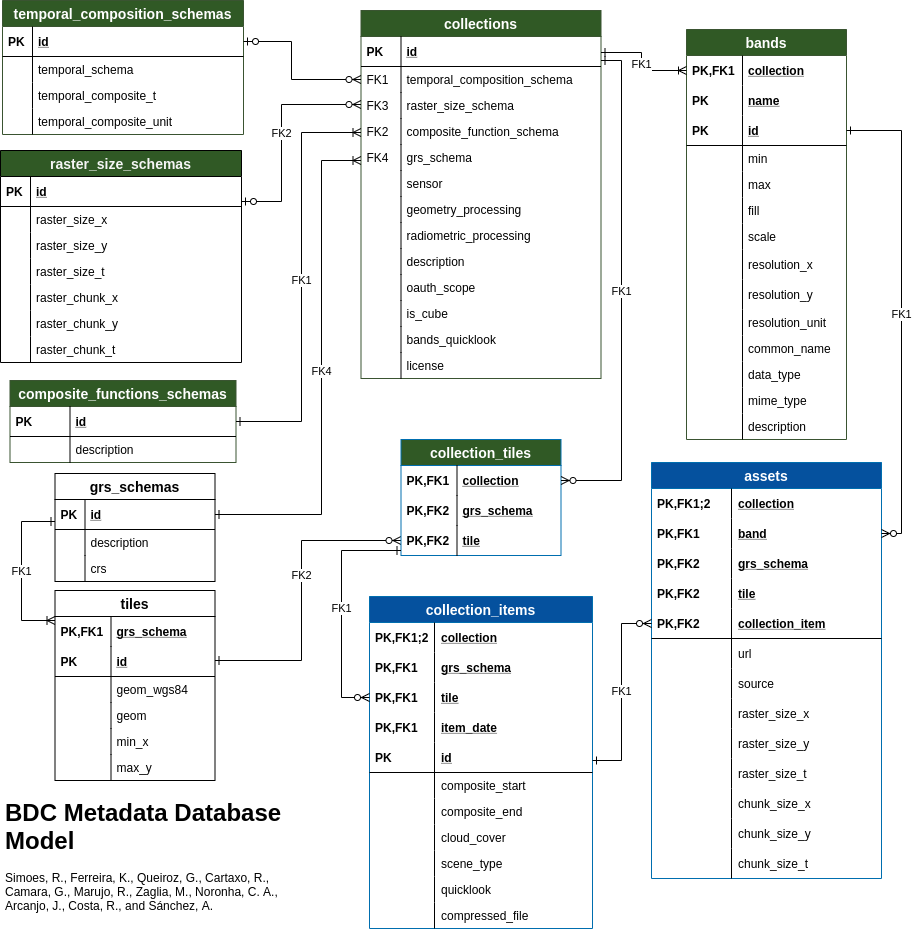
Above: doc/model/db-schema-0.2.0.png in brazil-data-cube/bdc-catalog (draw.io), before the change. Source tidied: cells renumbered, new cells last; positions are measured from the earlier drawing's top-left corner, leaving out a move shared by most shapes.
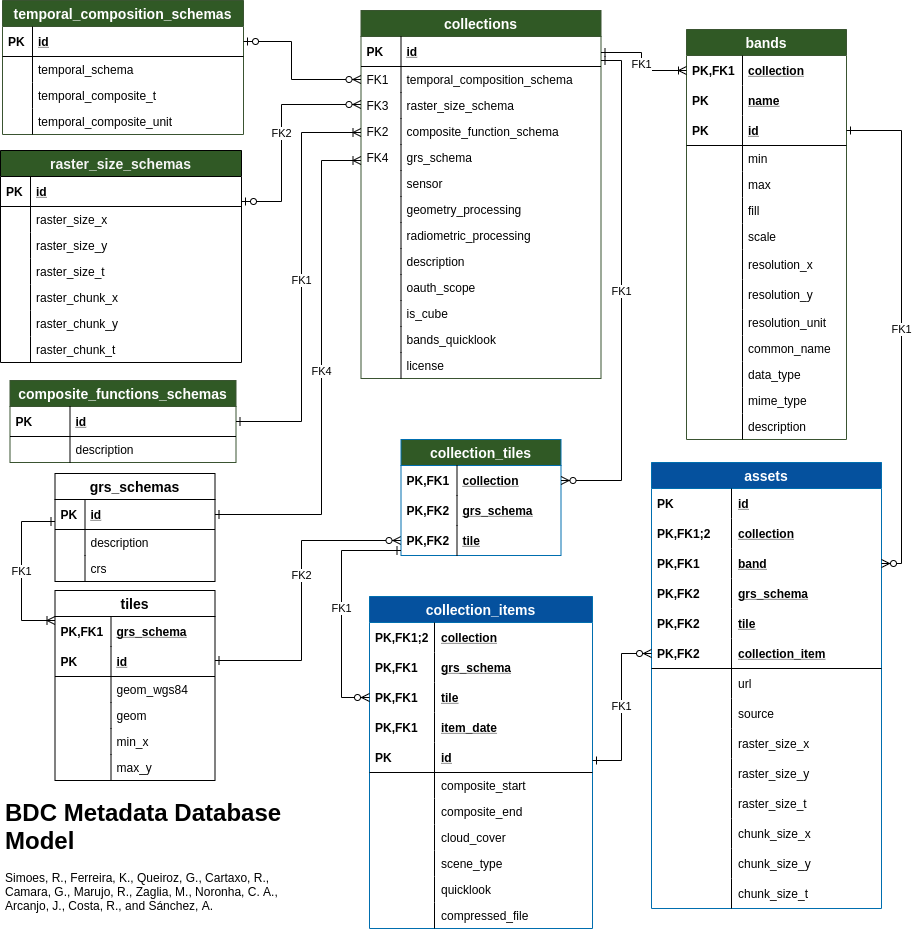
Later version of the same file.

Commit message:
update model - add id field in assets

Change to the diagram source:
```diff
@@ -218,82 +218,88 @@
       <mxGeometry width="56" height="26" as="geometry" />
     </mxCell>
     <mxCell id="72" value="assets" style="swimlane;fontStyle=1;horizontal=1;startSize=26;fillColor=#05519E;swimlaneFillColor=#ffffff;align=center;fontSize=14;strokeColor=#006EAF;fontColor=#ffffff;" parent="1" vertex="1">
-      <mxGeometry x="651" y="462" width="230" height="416" as="geometry" />
+      <mxGeometry x="651" y="462" width="230" height="446" as="geometry" />
     </mxCell>
+    <mxCell id="176" value="id" style="shape=partialRectangle;top=0;left=0;right=0;bottom=0;align=left;verticalAlign=middle;fillColor=none;spacingLeft=85;spacingRight=4;overflow=hidden;fontStyle=5;fontSize=12;" parent="72" vertex="1">
+      <mxGeometry y="26" width="230" height="30" as="geometry" />
+    </mxCell>
+    <mxCell id="177" value="PK" style="shape=partialRectangle;fontStyle=1;top=0;left=0;bottom=0;fillColor=none;align=left;verticalAlign=middle;spacingLeft=4;spacingRight=4;overflow=hidden;fontSize=12;" parent="176" vertex="1">
+      <mxGeometry width="80" height="30" as="geometry" />
+    </mxCell>
     <mxCell id="73" value="collection" style="shape=partialRectangle;top=0;left=0;right=0;bottom=0;align=left;verticalAlign=middle;fillColor=none;spacingLeft=85;spacingRight=4;overflow=hidden;fontStyle=5;fontSize=12;" parent="72" vertex="1">
-      <mxGeometry y="26" width="230" height="30" as="geometry" />
+      <mxGeometry y="56" width="230" height="30" as="geometry" />
     </mxCell>
     <mxCell id="74" value="PK,FK1;2" style="shape=partialRectangle;fontStyle=1;top=0;left=0;bottom=0;fillColor=none;align=left;verticalAlign=middle;spacingLeft=4;spacingRight=4;overflow=hidden;fontSize=12;" parent="73" vertex="1">
       <mxGeometry width="80" height="30" as="geometry" />
     </mxCell>
     <mxCell id="75" value="band" style="shape=partialRectangle;top=0;left=0;right=0;bottom=0;align=left;verticalAlign=middle;fillColor=none;spacingLeft=85;spacingRight=4;overflow=hidden;points=[[0,0.5],[1,0.5]];portConstraint=eastwest;fontStyle=5;fontSize=12;shadow=0;" parent="72" vertex="1">
-      <mxGeometry y="56" width="230" height="30" as="geometry" />
+      <mxGeometry y="86" width="230" height="30" as="geometry" />
     </mxCell>
     <mxCell id="76" value="PK,FK1" style="shape=partialRectangle;fontStyle=1;top=0;left=0;bottom=0;fillColor=none;align=left;verticalAlign=middle;spacingLeft=4;spacingRight=4;overflow=hidden;fontSize=12;" parent="75" vertex="1">
       <mxGeometry width="80" height="30" as="geometry" />
     </mxCell>
     <mxCell id="77" value="grs_schema" style="shape=partialRectangle;top=0;left=0;right=0;bottom=0;align=left;verticalAlign=middle;fillColor=none;spacingLeft=85;spacingRight=4;overflow=hidden;fontStyle=5;fontSize=12;" parent="72" vertex="1">
-      <mxGeometry y="86" width="230" height="30" as="geometry" />
+      <mxGeometry y="116" width="230" height="30" as="geometry" />
     </mxCell>
     <mxCell id="78" value="PK,FK2" style="shape=partialRectangle;fontStyle=1;top=0;left=0;bottom=0;fillColor=none;align=left;verticalAlign=middle;spacingLeft=4;spacingRight=4;overflow=hidden;fontSize=12;" parent="77" vertex="1">
       <mxGeometry width="80" height="30" as="geometry" />
     </mxCell>
     <mxCell id="79" value="tile" style="shape=partialRectangle;top=0;left=0;right=0;bottom=0;align=left;verticalAlign=middle;fillColor=none;spacingLeft=85;spacingRight=4;overflow=hidden;fontStyle=5;fontSize=12;" parent="72" vertex="1">
-      <mxGeometry y="116" width="230" height="30" as="geometry" />
+      <mxGeometry y="146" width="230" height="30" as="geometry" />
     </mxCell>
     <mxCell id="80" value="PK,FK2" style="shape=partialRectangle;fontStyle=1;top=0;left=0;bottom=0;fillColor=none;align=left;verticalAlign=middle;spacingLeft=4;spacingRight=4;overflow=hidden;fontSize=12;" parent="79" vertex="1">
       <mxGeometry width="80" height="30" as="geometry" />
     </mxCell>
     <mxCell id="81" value="collection_item" style="shape=partialRectangle;top=0;left=0;right=0;bottom=1;align=left;verticalAlign=middle;fillColor=none;spacingLeft=85;spacingRight=4;overflow=hidden;points=[[0,0.5],[1,0.5]];portConstraint=eastwest;fontStyle=5;fontSize=12;" parent="72" vertex="1">
-      <mxGeometry y="146" width="230" height="30" as="geometry" />
+      <mxGeometry y="176" width="230" height="30" as="geometry" />
     </mxCell>
     <mxCell id="82" value="PK,FK2" style="shape=partialRectangle;fontStyle=1;top=0;left=0;bottom=0;fillColor=none;align=left;verticalAlign=middle;spacingLeft=4;spacingRight=4;overflow=hidden;fontSize=12;" parent="81" vertex="1">
       <mxGeometry width="80" height="30" as="geometry" />
     </mxCell>
     <mxCell id="83" value="url" style="shape=partialRectangle;top=0;left=0;right=0;bottom=0;align=left;verticalAlign=middle;fillColor=none;spacingLeft=85;spacingRight=4;overflow=hidden;fontStyle=0;fontSize=12;" parent="72" vertex="1">
-      <mxGeometry y="176" width="230" height="30" as="geometry" />
+      <mxGeometry y="206" width="230" height="30" as="geometry" />
     </mxCell>
     <mxCell id="84" style="shape=partialRectangle;fontStyle=1;top=0;left=0;bottom=0;fillColor=none;align=left;verticalAlign=middle;spacingLeft=4;spacingRight=4;overflow=hidden;fontSize=12;" parent="83" vertex="1">
       <mxGeometry width="80" height="30" as="geometry" />
     </mxCell>
     <mxCell id="85" value="source" style="shape=partialRectangle;top=0;left=0;right=0;bottom=0;align=left;verticalAlign=middle;fillColor=none;spacingLeft=85;spacingRight=4;overflow=hidden;fontStyle=0;fontSize=12;" parent="72" vertex="1">
-      <mxGeometry y="206" width="230" height="30" as="geometry" />
+      <mxGeometry y="236" width="230" height="30" as="geometry" />
     </mxCell>
     <mxCell id="86" style="shape=partialRectangle;fontStyle=1;top=0;left=0;bottom=0;fillColor=none;align=left;verticalAlign=middle;spacingLeft=4;spacingRight=4;overflow=hidden;fontSize=12;" parent="85" vertex="1">
       <mxGeometry width="80" height="30" as="geometry" />
     </mxCell>
     <mxCell id="87" value="raster_size_x" style="shape=partialRectangle;top=0;left=0;right=0;bottom=0;align=left;verticalAlign=middle;fillColor=none;spacingLeft=85;spacingRight=4;overflow=hidden;fontStyle=0;fontSize=12;" parent="72" vertex="1">
-      <mxGeometry y="236" width="230" height="30" as="geometry" />
+      <mxGeometry y="266" width="230" height="30" as="geometry" />
     </mxCell>
     <mxCell id="88" style="shape=partialRectangle;fontStyle=1;top=0;left=0;bottom=0;fillColor=none;align=left;verticalAlign=middle;spacingLeft=4;spacingRight=4;overflow=hidden;fontSize=12;" parent="87" vertex="1">
       <mxGeometry width="80" height="30" as="geometry" />
     </mxCell>
     <mxCell id="89" value="raster_size_y" style="shape=partialRectangle;top=0;left=0;right=0;bottom=0;align=left;verticalAlign=middle;fillColor=none;spacingLeft=85;spacingRight=4;overflow=hidden;fontStyle=0;fontSize=12;" parent="72" vertex="1">
-      <mxGeometry y="266" width="230" height="30" as="geometry" />
+      <mxGeometry y="296" width="230" height="30" as="geometry" />
     </mxCell>
     <mxCell id="90" style="shape=partialRectangle;fontStyle=1;top=0;left=0;bottom=0;fillColor=none;align=left;verticalAlign=middle;spacingLeft=4;spacingRight=4;overflow=hidden;fontSize=12;" parent="89" vertex="1">
       <mxGeometry width="80" height="30" as="geometry" />
     </mxCell>
     <mxCell id="91" value="raster_size_t" style="shape=partialRectangle;top=0;left=0;right=0;bottom=0;align=left;verticalAlign=middle;fillColor=none;spacingLeft=85;spacingRight=4;overflow=hidden;fontStyle=0;fontSize=12;" parent="72" vertex="1">
-      <mxGeometry y="296" width="230" height="30" as="geometry" />
+      <mxGeometry y="326" width="230" height="30" as="geometry" />
     </mxCell>
     <mxCell id="92" style="shape=partialRectangle;fontStyle=1;top=0;left=0;bottom=0;fillColor=none;align=left;verticalAlign=middle;spacingLeft=4;spacingRight=4;overflow=hidden;fontSize=12;" parent="91" vertex="1">
       <mxGeometry width="80" height="30" as="geometry" />
     </mxCell>
     <mxCell id="93" value="chunk_size_x" style="shape=partialRectangle;top=0;left=0;right=0;bottom=0;align=left;verticalAlign=middle;fillColor=none;spacingLeft=85;spacingRight=4;overflow=hidden;fontStyle=0;fontSize=12;" parent="72" vertex="1">
-      <mxGeometry y="326" width="230" height="30" as="geometry" />
+      <mxGeometry y="356" width="230" height="30" as="geometry" />
     </mxCell>
     <mxCell id="94" style="shape=partialRectangle;fontStyle=1;top=0;left=0;bottom=0;fillColor=none;align=left;verticalAlign=middle;spacingLeft=4;spacingRight=4;overflow=hidden;fontSize=12;" parent="93" vertex="1">
       <mxGeometry width="80" height="30" as="geometry" />
     </mxCell>
     <mxCell id="95" value="chunk_size_y" style="shape=partialRectangle;top=0;left=0;right=0;bottom=0;align=left;verticalAlign=middle;fillColor=none;spacingLeft=85;spacingRight=4;overflow=hidden;fontStyle=0;fontSize=12;" parent="72" vertex="1">
-      <mxGeometry y="356" width="230" height="30" as="geometry" />
+      <mxGeometry y="386" width="230" height="30" as="geometry" />
     </mxCell>
     <mxCell id="96" style="shape=partialRectangle;fontStyle=1;top=0;left=0;bottom=0;fillColor=none;align=left;verticalAlign=middle;spacingLeft=4;spacingRight=4;overflow=hidden;fontSize=12;" parent="95" vertex="1">
       <mxGeometry width="80" height="30" as="geometry" />
     </mxCell>
     <mxCell id="97" value="chunk_size_t" style="shape=partialRectangle;top=0;left=0;right=0;bottom=0;align=left;verticalAlign=middle;fillColor=none;spacingLeft=85;spacingRight=4;overflow=hidden;fontStyle=0;fontSize=12;" parent="72" vertex="1">
-      <mxGeometry y="386" width="230" height="30" as="geometry" />
+      <mxGeometry y="416" width="230" height="30" as="geometry" />
     </mxCell>
     <mxCell id="98" style="shape=partialRectangle;fontStyle=1;top=0;left=0;bottom=0;fillColor=none;align=left;verticalAlign=middle;spacingLeft=4;spacingRight=4;overflow=hidden;fontSize=12;" parent="97" vertex="1">
       <mxGeometry width="80" height="30" as="geometry" />
@@ -302,7 +308,7 @@
       <mxGeometry relative="1" as="geometry">
         <Array as="points">
           <mxPoint x="901" y="130" />
-          <mxPoint x="901" y="533" />
+          <mxPoint x="901" y="563" />
         </Array>
       </mxGeometry>
     </mxCell>
@@ -421,7 +427,7 @@
       <mxGeometry relative="1" as="geometry">
         <Array as="points">
           <mxPoint x="621" y="760" />
-          <mxPoint x="621" y="623" />
+          <mxPoint x="621" y="653" />
         </Array>
       </mxGeometry>
     </mxCell>
```
